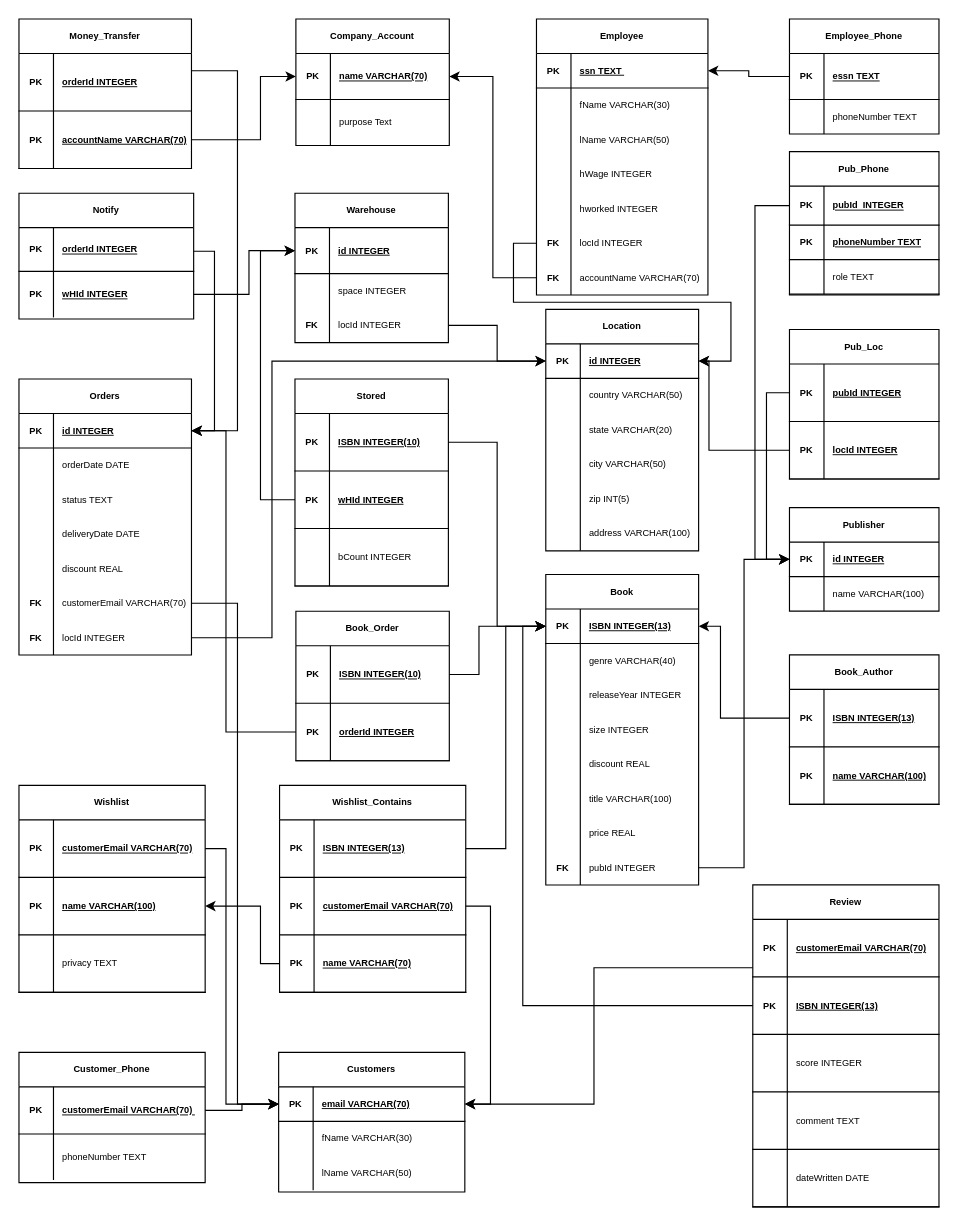
Will-Blanton/CSE_3241_Project keeps this draw.io diagram as RelatioalSchema.drawio. Above is the earlier version. Source tidied: cells renumbered, new cells numbered last; positions are measured from the earlier drawing's top-left corner, leaving out a move shared by most shapes. Both pictures are drawn from the tidied source at 115%, with x=0, y=0 at pixel (18, 7).
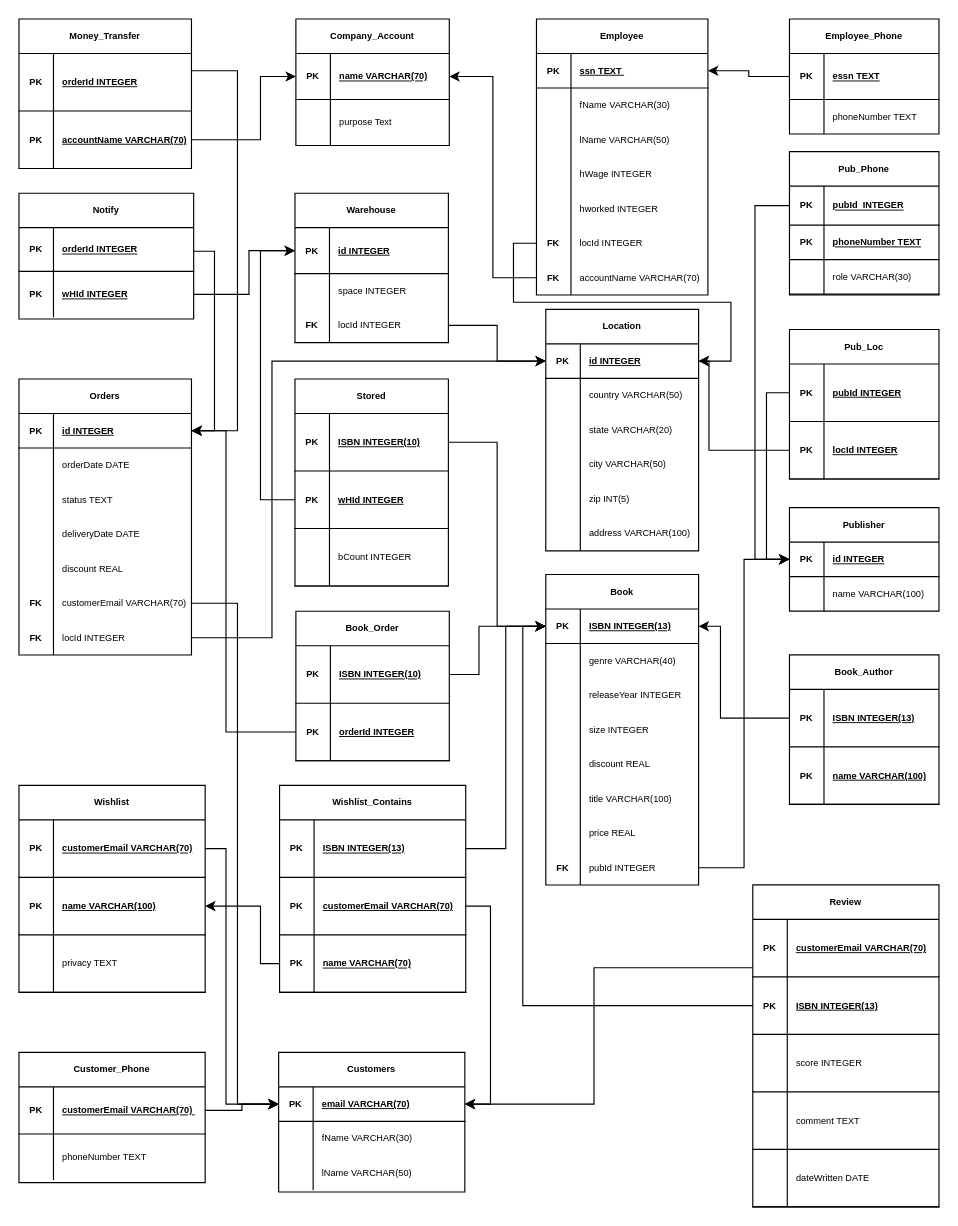
The same page after the edit.

Commit message:
Changed Pub_Phone: role to VARCHAR

Unchanged cells that the change refers to:
```xml
<mxCell id="243" style="shape=partialRectangle;fillColor=none;top=0;left=0;right=0;bottom=1;fontSize=8;" parent="236" vertex="1">
  <mxGeometry y="94" width="130" height="30" as="geometry" />
</mxCell>
```

The edit, as a diff of the source:
```diff
@@
-    <mxCell id="245" value="role TEXT" style="shape=partialRectangle;overflow=hidden;fillColor=none;top=0;left=0;bottom=0;right=0;align=left;spacingLeft=6;fontStyle=0;fontSize=8;" parent="243" vertex="1">
+    <mxCell id="245" value="role VARCHAR(30)" style="shape=partialRectangle;overflow=hidden;fillColor=none;top=0;left=0;bottom=0;right=0;align=left;spacingLeft=6;fontStyle=0;fontSize=8;" parent="243" vertex="1">
       <mxGeometry x="30" width="100" height="30" as="geometry" />
     </mxCell>
```
